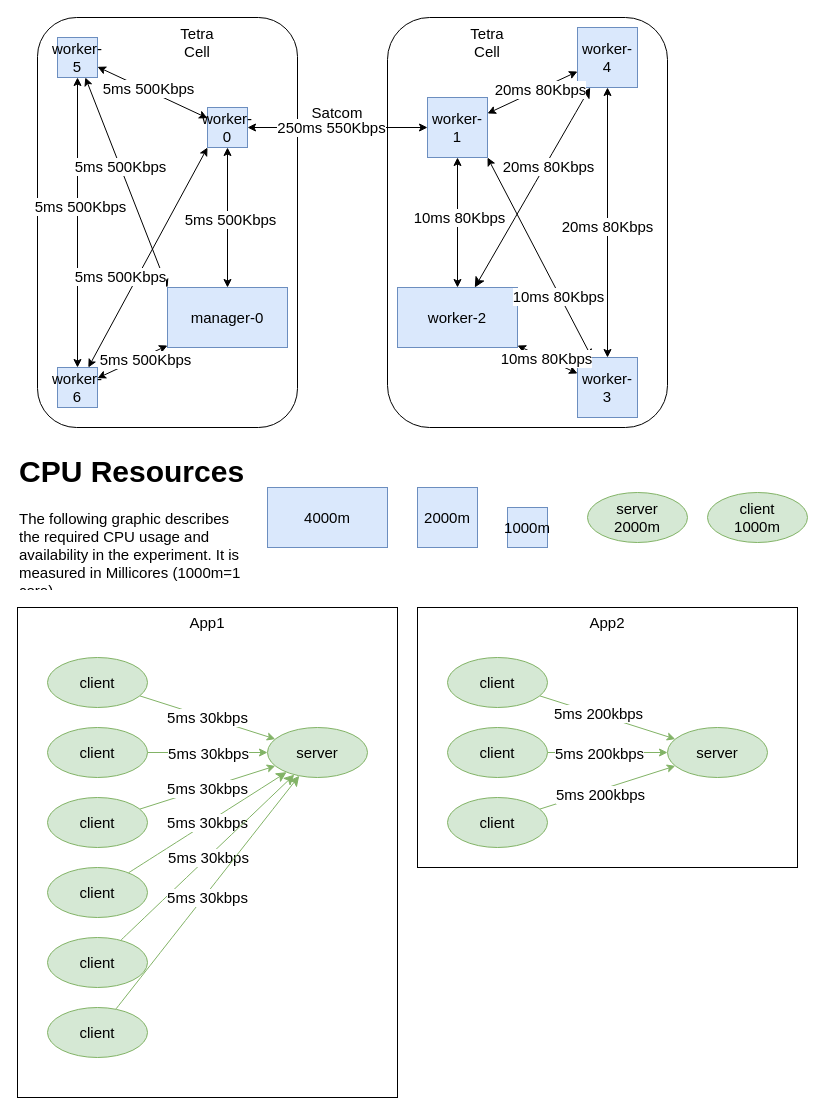
Above: emulator/exp-7/setup.drawio in kr-0-n/k8_scheduler_experiments (draw.io), before the change. Source tidied: cells renumbered, new cells numbered last; positions are measured from the earlier drawing's top-left corner, leaving out a move shared by most shapes. Both pictures are drawn from the tidied source at 100%, with x=0, y=0 at pixel (17, 17).
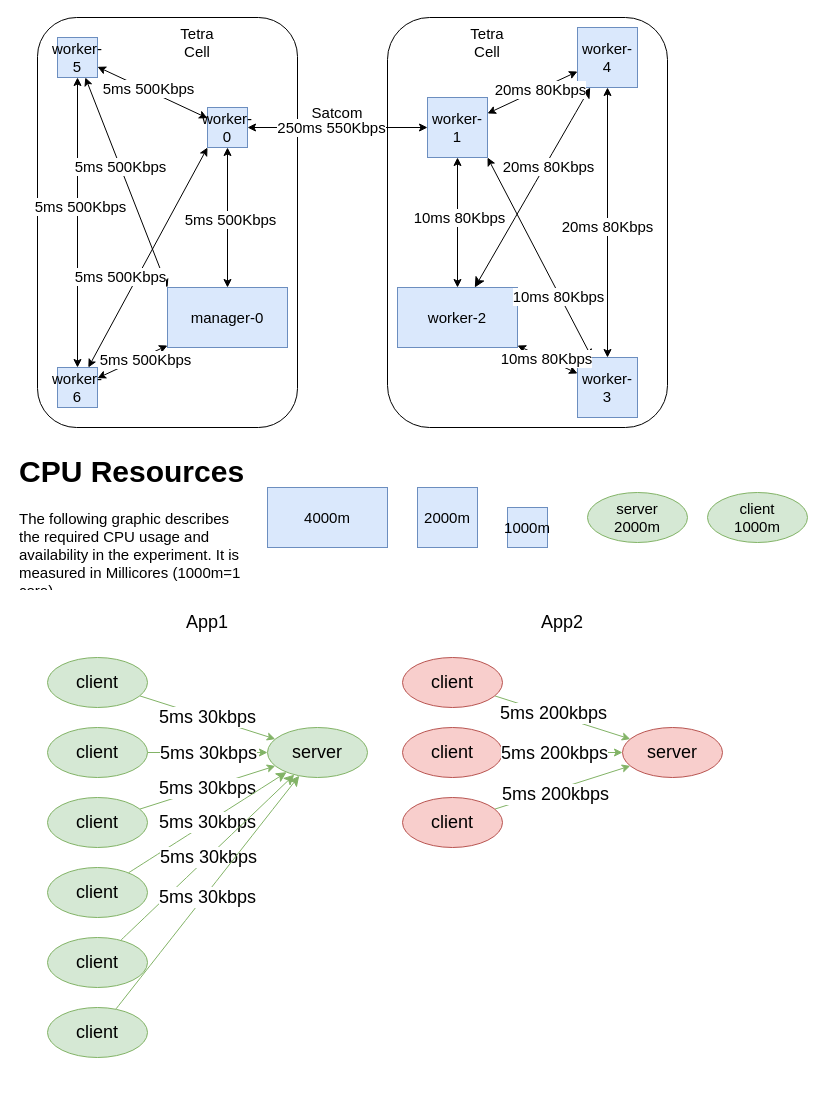
The same page after the edit.

What changed in the source:
```diff
@@
-    <mxCell id="4" style="rounded=0;whiteSpace=wrap;html=1;fontSize=15;" parent="1" vertex="1">
-      <mxGeometry y="590" width="380" height="490" as="geometry" />
-    </mxCell>
@@
-    <mxCell id="27" style="edgeStyle=orthogonalEdgeStyle;rounded=0;jettySize=auto;html=1;fillColor=#d5e8d4;strokeColor=#82b366;fontSize=15;" parent="1" edge="1" source="29" target="30">
+    <mxCell id="27" style="edgeStyle=orthogonalEdgeStyle;rounded=0;jettySize=auto;html=1;fillColor=#d5e8d4;strokeColor=#82b366;fontSize=18;" parent="1" edge="1" source="29" target="30">
       <mxGeometry relative="1" as="geometry" />
     </mxCell>
-    <mxCell id="28" value="5ms 30kbps" style="edgeLabel;html=1;align=center;verticalAlign=middle;fontSize=15;" parent="27" vertex="1">
+    <mxCell id="28" value="5ms 30kbps" style="edgeLabel;html=1;align=center;verticalAlign=middle;fontSize=18;" parent="27" vertex="1">
       <mxGeometry x="-0.08" relative="1" as="geometry">
         <mxPoint x="5" as="offset" />
       </mxGeometry>
     </mxCell>
-    <mxCell id="29" value="client" style="ellipse;whiteSpace=wrap;html=1;fillColor=#d5e8d4;strokeColor=#82b366;fontSize=15;" parent="1" vertex="1">
+    <mxCell id="29" value="client" style="ellipse;whiteSpace=wrap;html=1;fillColor=#d5e8d4;strokeColor=#82b366;fontSize=18;" parent="1" vertex="1">
       <mxGeometry x="30" y="710" width="100" height="50" as="geometry" />
     </mxCell>
-    <mxCell id="30" value="server" style="ellipse;whiteSpace=wrap;html=1;fillColor=#d5e8d4;strokeColor=#82b366;fontSize=15;" parent="1" vertex="1">
+    <mxCell id="30" value="server" style="ellipse;whiteSpace=wrap;html=1;fillColor=#d5e8d4;strokeColor=#82b366;fontSize=18;" parent="1" vertex="1">
       <mxGeometry x="250" y="710" width="100" height="50" as="geometry" />
     </mxCell>
-    <mxCell id="31" style="rounded=0;jettySize=auto;html=1;fillColor=#d5e8d4;strokeColor=#82b366;fontSize=15;" parent="1" edge="1" source="33" target="30">
+    <mxCell id="31" style="rounded=0;jettySize=auto;html=1;fillColor=#d5e8d4;strokeColor=#82b366;fontSize=18;" parent="1" edge="1" source="33" target="30">
       <mxGeometry relative="1" as="geometry" />
     </mxCell>
-    <mxCell id="32" value="5ms 30kbps" style="edgeLabel;html=1;align=center;verticalAlign=middle;fontSize=15;" parent="31" vertex="1">
+    <mxCell id="32" value="5ms 30kbps" style="edgeLabel;html=1;align=center;verticalAlign=middle;fontSize=18;" parent="31" vertex="1">
       <mxGeometry x="0.26" y="2" relative="1" as="geometry">
         <mxPoint x="-19" y="-4" as="offset" />
       </mxGeometry>
     </mxCell>
-    <mxCell id="33" value="client" style="ellipse;whiteSpace=wrap;html=1;fillColor=#d5e8d4;strokeColor=#82b366;fontSize=15;" parent="1" vertex="1">
+    <mxCell id="33" value="client" style="ellipse;whiteSpace=wrap;html=1;fillColor=#d5e8d4;strokeColor=#82b366;fontSize=18;" parent="1" vertex="1">
       <mxGeometry x="30" y="640" width="100" height="50" as="geometry" />
     </mxCell>
-    <mxCell id="34" style="rounded=0;jettySize=auto;html=1;fillColor=#d5e8d4;strokeColor=#82b366;fontSize=15;" parent="1" edge="1" source="36" target="30">
+    <mxCell id="34" style="rounded=0;jettySize=auto;html=1;fillColor=#d5e8d4;strokeColor=#82b366;fontSize=18;" parent="1" edge="1" source="36" target="30">
       <mxGeometry relative="1" as="geometry" />
     </mxCell>
-    <mxCell id="35" value="5ms 30kbps" style="edgeLabel;html=1;align=center;verticalAlign=middle;fontSize=15;" parent="34" vertex="1">
+    <mxCell id="35" value="5ms 30kbps" style="edgeLabel;html=1;align=center;verticalAlign=middle;fontSize=18;" parent="34" vertex="1">
       <mxGeometry x="-0.18" y="3" relative="1" as="geometry">
         <mxPoint x="13" y="-1" as="offset" />
       </mxGeometry>
     </mxCell>
-    <mxCell id="36" value="client" style="ellipse;whiteSpace=wrap;html=1;fillColor=#d5e8d4;strokeColor=#82b366;fontSize=15;" parent="1" vertex="1">
+    <mxCell id="36" value="client" style="ellipse;whiteSpace=wrap;html=1;fillColor=#d5e8d4;strokeColor=#82b366;fontSize=18;" parent="1" vertex="1">
       <mxGeometry x="30" y="780" width="100" height="50" as="geometry" />
     </mxCell>
-    <mxCell id="37" value="App1" style="text;html=1;whiteSpace=wrap;strokeColor=none;fillColor=none;align=center;verticalAlign=middle;rounded=0;fontSize=15;" parent="1" vertex="1">
+    <mxCell id="37" value="App1" style="text;html=1;whiteSpace=wrap;strokeColor=none;fillColor=none;align=center;verticalAlign=middle;rounded=0;fontSize=18;" parent="1" vertex="1">
       <mxGeometry x="160" y="590" width="60" height="30" as="geometry" />
     </mxCell>
-    <mxCell id="38" style="rounded=0;whiteSpace=wrap;html=1;fontSize=15;" parent="1" vertex="1">
-      <mxGeometry x="400" y="590" width="380" height="260" as="geometry" />
-    </mxCell>
-    <mxCell id="39" style="edgeStyle=orthogonalEdgeStyle;rounded=0;jettySize=auto;html=1;fillColor=#d5e8d4;strokeColor=#82b366;fontSize=15;" parent="1" edge="1" source="40" target="41">
+    <mxCell id="39" style="edgeStyle=orthogonalEdgeStyle;rounded=0;jettySize=auto;html=1;fillColor=#d5e8d4;strokeColor=#82b366;fontSize=18;" parent="1" edge="1" source="40" target="41">
       <mxGeometry relative="1" as="geometry" />
     </mxCell>
-    <mxCell id="40" value="client" style="ellipse;whiteSpace=wrap;html=1;fillColor=#d5e8d4;strokeColor=#82b366;fontSize=15;" parent="1" vertex="1">
-      <mxGeometry x="430" y="710" width="100" height="50" as="geometry" />
+    <mxCell id="40" value="client" style="ellipse;whiteSpace=wrap;html=1;fillColor=#f8cecc;strokeColor=#b85450;fontSize=18;" parent="1" vertex="1">
+      <mxGeometry x="385" y="710" width="100" height="50" as="geometry" />
     </mxCell>
-    <mxCell id="41" value="server" style="ellipse;whiteSpace=wrap;html=1;fillColor=#d5e8d4;strokeColor=#82b366;fontSize=15;" parent="1" vertex="1">
-      <mxGeometry x="650" y="710" width="100" height="50" as="geometry" />
+    <mxCell id="41" value="server" style="ellipse;whiteSpace=wrap;html=1;fillColor=#f8cecc;strokeColor=#b85450;fontSize=18;" parent="1" vertex="1">
+      <mxGeometry x="605" y="710" width="100" height="50" as="geometry" />
     </mxCell>
-    <mxCell id="42" style="rounded=0;jettySize=auto;html=1;fillColor=#d5e8d4;strokeColor=#82b366;fontSize=15;" parent="1" edge="1" source="44" target="41">
+    <mxCell id="42" style="rounded=0;jettySize=auto;html=1;fillColor=#d5e8d4;strokeColor=#82b366;fontSize=18;" parent="1" edge="1" source="44" target="41">
       <mxGeometry relative="1" as="geometry" />
     </mxCell>
-    <mxCell id="43" value="5ms 200kbps" style="edgeLabel;html=1;align=center;verticalAlign=middle;fontSize=15;" parent="42" vertex="1">
+    <mxCell id="43" value="5ms 200kbps" style="edgeLabel;html=1;align=center;verticalAlign=middle;fontSize=18;" parent="42" vertex="1">
       <mxGeometry x="-0.14" y="1" relative="1" as="geometry" />
     </mxCell>
-    <mxCell id="44" value="client" style="ellipse;whiteSpace=wrap;html=1;fillColor=#d5e8d4;strokeColor=#82b366;fontSize=15;" parent="1" vertex="1">
-      <mxGeometry x="430" y="640" width="100" height="50" as="geometry" />
+    <mxCell id="44" value="client" style="ellipse;whiteSpace=wrap;html=1;fillColor=#f8cecc;strokeColor=#b85450;fontSize=18;" parent="1" vertex="1">
+      <mxGeometry x="385" y="640" width="100" height="50" as="geometry" />
     </mxCell>
-    <mxCell id="45" style="rounded=0;jettySize=auto;html=1;fillColor=#d5e8d4;strokeColor=#82b366;fontSize=15;" parent="1" edge="1" source="46" target="41">
+    <mxCell id="45" style="rounded=0;jettySize=auto;html=1;fillColor=#d5e8d4;strokeColor=#82b366;fontSize=18;" parent="1" edge="1" source="46" target="41">
       <mxGeometry relative="1" as="geometry" />
     </mxCell>
-    <mxCell id="46" value="client" style="ellipse;whiteSpace=wrap;html=1;fillColor=#d5e8d4;strokeColor=#82b366;fontSize=15;" parent="1" vertex="1">
-      <mxGeometry x="430" y="780" width="100" height="50" as="geometry" />
+    <mxCell id="46" value="client" style="ellipse;whiteSpace=wrap;html=1;fillColor=#f8cecc;strokeColor=#b85450;fontSize=18;" parent="1" vertex="1">
+      <mxGeometry x="385" y="780" width="100" height="50" as="geometry" />
     </mxCell>
-    <mxCell id="47" value="App2" style="text;html=1;whiteSpace=wrap;strokeColor=none;fillColor=none;align=center;verticalAlign=middle;rounded=0;fontSize=15;" parent="1" vertex="1">
-      <mxGeometry x="560" y="590" width="60" height="30" as="geometry" />
+    <mxCell id="47" value="App2" style="text;html=1;whiteSpace=wrap;strokeColor=none;fillColor=none;align=center;verticalAlign=middle;rounded=0;fontSize=18;" parent="1" vertex="1">
+      <mxGeometry x="515" y="590" width="60" height="30" as="geometry" />
     </mxCell>
-    <mxCell id="48" value="5ms 200kbps" style="edgeLabel;html=1;align=center;verticalAlign=middle;fontSize=15;" parent="1" vertex="1">
-      <mxGeometry x="562" y="725" as="geometry">
+    <mxCell id="48" value="5ms 200kbps" style="edgeLabel;html=1;align=center;verticalAlign=middle;fontSize=18;" parent="1" vertex="1">
+      <mxGeometry x="517" y="725" as="geometry">
         <mxPoint x="19" y="10" as="offset" />
       </mxGeometry>
     </mxCell>
-    <mxCell id="49" value="5ms 200kbps" style="edgeLabel;html=1;align=center;verticalAlign=middle;fontSize=15;" parent="1" vertex="1">
-      <mxGeometry x="580" y="770" as="geometry">
+    <mxCell id="49" value="5ms 200kbps" style="edgeLabel;html=1;align=center;verticalAlign=middle;fontSize=18;" parent="1" vertex="1">
+      <mxGeometry x="535" y="770" as="geometry">
         <mxPoint x="2" y="6" as="offset" />
       </mxGeometry>
     </mxCell>
@@
-    <mxCell id="70" style="edgeStyle=none;curved=1;rounded=0;jettySize=auto;html=1;fontSize=15;startSize=8;endSize=8;fillColor=#d5e8d4;strokeColor=#82b366;" parent="1" edge="1" source="72" target="30">
+    <mxCell id="70" style="edgeStyle=none;curved=1;rounded=0;jettySize=auto;html=1;fontSize=18;startSize=8;endSize=8;fillColor=#d5e8d4;strokeColor=#82b366;" parent="1" edge="1" source="72" target="30">
       <mxGeometry relative="1" as="geometry" />
     </mxCell>
-    <mxCell id="71" value="5ms 30kbps" style="edgeLabel;html=1;align=center;verticalAlign=middle;fontSize=15;" parent="70" vertex="1">
+    <mxCell id="71" value="5ms 30kbps" style="edgeLabel;html=1;align=center;verticalAlign=middle;fontSize=18;" parent="70" vertex="1">
       <mxGeometry x="-0.11" y="1" relative="1" as="geometry">
         <mxPoint x="9" y="-5" as="offset" />
       </mxGeometry>
     </mxCell>
-    <mxCell id="72" value="client" style="ellipse;whiteSpace=wrap;html=1;fillColor=#d5e8d4;strokeColor=#82b366;fontSize=15;" parent="1" vertex="1">
+    <mxCell id="72" value="client" style="ellipse;whiteSpace=wrap;html=1;fillColor=#d5e8d4;strokeColor=#82b366;fontSize=18;" parent="1" vertex="1">
       <mxGeometry x="30" y="850" width="100" height="50" as="geometry" />
     </mxCell>
-    <mxCell id="73" style="edgeStyle=none;curved=1;rounded=0;jettySize=auto;html=1;fontSize=15;startSize=8;endSize=8;fillColor=#d5e8d4;strokeColor=#82b366;" parent="1" edge="1" source="75" target="30">
+    <mxCell id="73" style="edgeStyle=none;curved=1;rounded=0;jettySize=auto;html=1;fontSize=18;startSize=8;endSize=8;fillColor=#d5e8d4;strokeColor=#82b366;" parent="1" edge="1" source="75" target="30">
       <mxGeometry relative="1" as="geometry" />
     </mxCell>
-    <mxCell id="74" value="5ms 30kbps" style="edgeLabel;html=1;align=center;verticalAlign=middle;fontSize=15;" parent="73" vertex="1">
+    <mxCell id="74" value="5ms 30kbps" style="edgeLabel;html=1;align=center;verticalAlign=middle;fontSize=18;" parent="73" vertex="1">
       <mxGeometry x="-0.21" y="1" relative="1" as="geometry">
         <mxPoint x="19" y="-17" as="offset" />
       </mxGeometry>
     </mxCell>
-    <mxCell id="75" value="client" style="ellipse;whiteSpace=wrap;html=1;fillColor=#d5e8d4;strokeColor=#82b366;fontSize=15;" parent="1" vertex="1">
+    <mxCell id="75" value="client" style="ellipse;whiteSpace=wrap;html=1;fillColor=#d5e8d4;strokeColor=#82b366;fontSize=18;" parent="1" vertex="1">
       <mxGeometry x="30" y="920" width="100" height="50" as="geometry" />
     </mxCell>
-    <mxCell id="76" style="edgeStyle=none;curved=1;rounded=0;jettySize=auto;html=1;fontSize=15;startSize=8;endSize=8;fillColor=#d5e8d4;strokeColor=#82b366;" parent="1" edge="1" source="78" target="30">
+    <mxCell id="76" style="edgeStyle=none;curved=1;rounded=0;jettySize=auto;html=1;fontSize=18;startSize=8;endSize=8;fillColor=#d5e8d4;strokeColor=#82b366;" parent="1" edge="1" source="78" target="30">
       <mxGeometry relative="1" as="geometry" />
     </mxCell>
-    <mxCell id="77" value="5ms 30kbps" style="edgeLabel;html=1;align=center;verticalAlign=middle;fontSize=15;" parent="76" vertex="1">
+    <mxCell id="77" value="5ms 30kbps" style="edgeLabel;html=1;align=center;verticalAlign=middle;fontSize=18;" parent="76" vertex="1">
       <mxGeometry x="-0.19" y="-1" relative="1" as="geometry">
         <mxPoint x="16" y="-18" as="offset" />
       </mxGeometry>
     </mxCell>
-    <mxCell id="78" value="client" style="ellipse;whiteSpace=wrap;html=1;fillColor=#d5e8d4;strokeColor=#82b366;fontSize=15;" parent="1" vertex="1">
+    <mxCell id="78" value="client" style="ellipse;whiteSpace=wrap;html=1;fillColor=#d5e8d4;strokeColor=#82b366;fontSize=18;" parent="1" vertex="1">
       <mxGeometry x="30" y="990" width="100" height="50" as="geometry" />
     </mxCell>
```
